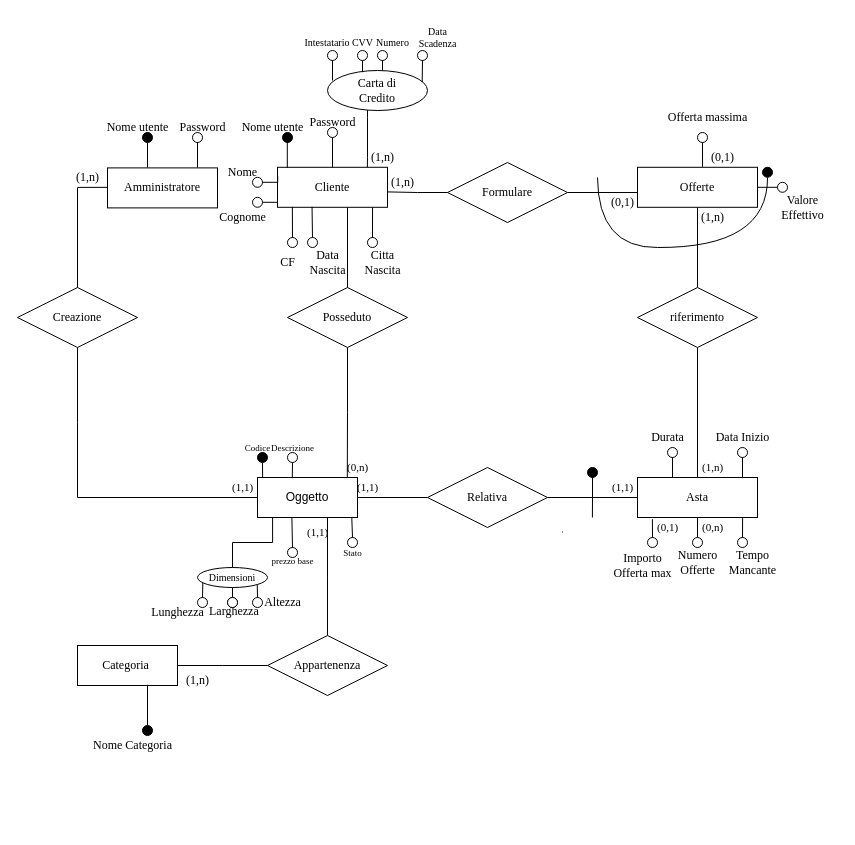
Earlier version of the draw.io diagram materiale/Schemi Base E-R/Diagramma ER daRistrutturare.drawio (A-lex00/AsteOnlineBD). Source tidied: cells renumbered, new cells numbered last; positions are measured from the earlier drawing's top-left corner, leaving out a move shared by most shapes. Both pictures are drawn from the tidied source at 100%, with x=0, y=0 at pixel (17, 17).
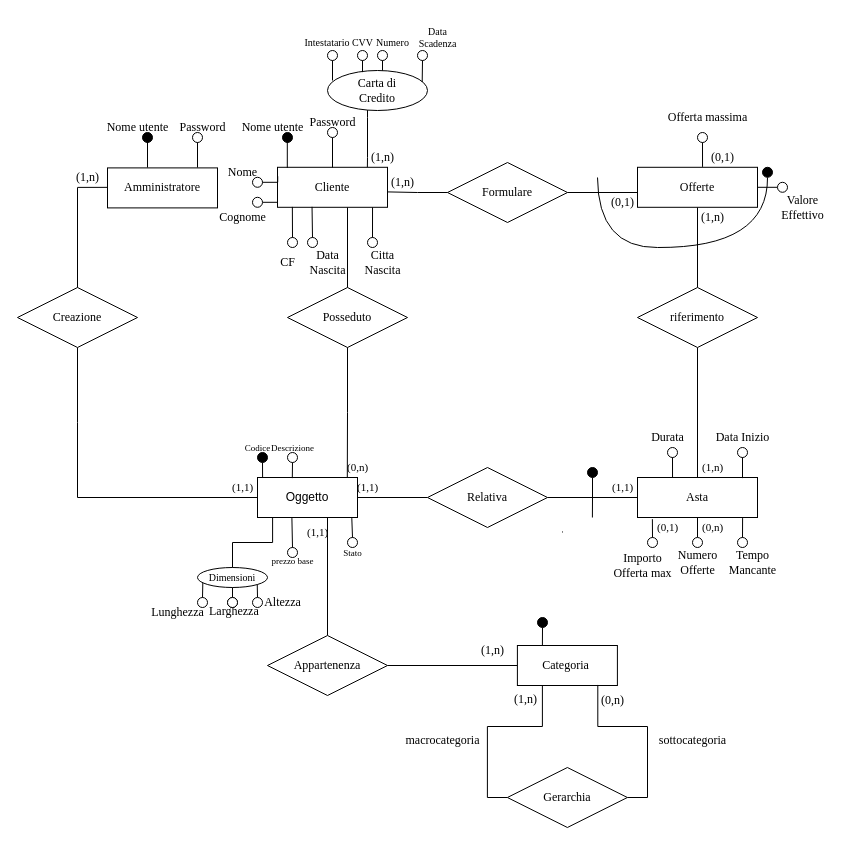
The same diagram, later.

Diff of the diagram source:
```diff
@@
-    <mxCell id="70" value="Appartenenza" style="shape=rhombus;perimeter=rhombusPerimeter;whiteSpace=wrap;html=1;align=center;fontFamily=Times New Roman;" parent="1" vertex="1">
-      <mxGeometry x="250" y="618" width="120" height="60" as="geometry" />
-    </mxCell>
-    <mxCell id="71" style="edgeStyle=orthogonalEdgeStyle;shape=connector;rounded=0;jettySize=auto;html=1;exitX=1;exitY=0.5;exitDx=0;exitDy=0;strokeColor=default;align=center;verticalAlign=middle;fontFamily=Times New Roman;fontSize=11;fontColor=default;labelBackgroundColor=default;startFill=0;endArrow=none;" parent="1" edge="1" source="72">
-      <mxGeometry relative="1" as="geometry">
-        <mxPoint x="250" y="648" as="targetPoint" />
-      </mxGeometry>
-    </mxCell>
-    <mxCell id="72" value="Categoria&amp;nbsp;" style="whiteSpace=wrap;html=1;align=center;fontFamily=Times New Roman;" parent="1" vertex="1">
-      <mxGeometry x="60" y="628" width="100" height="40" as="geometry" />
-    </mxCell>
-    <mxCell id="73" style="ellipse;whiteSpace=wrap;html=1;fillColor=#000000;fontFamily=Times New Roman;" parent="1" vertex="1">
-      <mxGeometry x="125" y="708" width="10" height="10" as="geometry" />
-    </mxCell>
-    <mxCell id="74" value="&lt;font&gt;Nome Categoria&lt;/font&gt;" style="text;html=1;align=center;verticalAlign=middle;strokeColor=none;fillColor=none;fontFamily=Times New Roman;fontSize=12;fontColor=default;labelBackgroundColor=default;" parent="1" vertex="1">
-      <mxGeometry x="65" y="713" width="100" height="30" as="geometry" />
-    </mxCell>
-    <mxCell id="75" value="(1,n)" style="text;html=1;align=center;verticalAlign=middle;strokeColor=none;fillColor=none;fontFamily=Times New Roman;fontSize=12;fontColor=default;labelBackgroundColor=default;" parent="1" vertex="1">
-      <mxGeometry x="155" y="648" width="50" height="30" as="geometry" />
-    </mxCell>
-    <mxCell id="76" style="edgeStyle=orthogonalEdgeStyle;rounded=0;jettySize=auto;html=1;exitX=0.5;exitY=0;exitDx=0;exitDy=0;entryX=0.7;entryY=0.983;entryDx=0;entryDy=0;entryPerimeter=0;endArrow=none;startFill=0;fontFamily=Times New Roman;" parent="1" edge="1" source="73" target="72">
-      <mxGeometry relative="1" as="geometry" />
-    </mxCell>
-    <mxCell id="77" style="edgeStyle=orthogonalEdgeStyle;shape=connector;rounded=0;jettySize=auto;html=1;exitX=0.5;exitY=0;exitDx=0;exitDy=0;entryX=0.591;entryY=1.006;entryDx=0;entryDy=0;entryPerimeter=0;strokeColor=default;align=center;verticalAlign=middle;fontFamily=Times New Roman;fontSize=11;fontColor=default;labelBackgroundColor=default;startFill=0;endArrow=none;" parent="1" edge="1" source="70">
+    <mxCell id="77" style="edgeStyle=orthogonalEdgeStyle;shape=connector;rounded=0;orthogonalLoop=1;jettySize=auto;html=1;exitX=0.5;exitY=0;exitDx=0;exitDy=0;entryX=0.591;entryY=1.006;entryDx=0;entryDy=0;entryPerimeter=0;strokeColor=default;align=center;verticalAlign=middle;fontFamily=Times New Roman;fontSize=11;fontColor=default;labelBackgroundColor=default;startFill=0;endArrow=none;" parent="1" edge="1">
       <mxGeometry relative="1" as="geometry">
+        <mxPoint x="310" y="618" as="sourcePoint" />
         <mxPoint x="310" y="500.2" as="targetPoint" />
       </mxGeometry>
     </mxCell>
@@
+    <mxCell id="141" style="edgeStyle=orthogonalEdgeStyle;rounded=0;jettySize=auto;html=1;exitX=1;exitY=0.5;exitDx=0;exitDy=0;entryX=0;entryY=0.5;entryDx=0;entryDy=0;endArrow=none;startFill=0;" parent="1" edge="1" source="70" target="72">
+      <mxGeometry relative="1" as="geometry" />
+    </mxCell>
+    <mxCell id="70" value="Appartenenza" style="shape=rhombus;perimeter=rhombusPerimeter;whiteSpace=wrap;html=1;align=center;fontFamily=Times New Roman;" parent="1" vertex="1">
+      <mxGeometry x="250" y="618" width="120" height="60" as="geometry" />
+    </mxCell>
+    <mxCell id="72" value="Categoria&amp;nbsp;" style="whiteSpace=wrap;html=1;align=center;fontFamily=Times New Roman;" parent="1" vertex="1">
+      <mxGeometry x="499.9" y="628" width="100" height="40" as="geometry" />
+    </mxCell>
+    <mxCell id="142" style="edgeStyle=orthogonalEdgeStyle;rounded=0;jettySize=auto;html=1;exitX=0.5;exitY=1;exitDx=0;exitDy=0;entryX=0.25;entryY=0;entryDx=0;entryDy=0;endArrow=none;startFill=0;" parent="1" edge="1" source="143" target="72">
+      <mxGeometry relative="1" as="geometry" />
+    </mxCell>
+    <mxCell id="143" style="ellipse;whiteSpace=wrap;html=1;fillColor=#000000;fontFamily=Times New Roman;" parent="1" vertex="1">
+      <mxGeometry x="520" y="600" width="10" height="10" as="geometry" />
+    </mxCell>
+    <mxCell id="75" value="(1,n)" style="text;html=1;align=center;verticalAlign=middle;strokeColor=none;fillColor=none;fontFamily=Times New Roman;fontSize=12;fontColor=default;labelBackgroundColor=default;" parent="1" vertex="1">
+      <mxGeometry x="449.9" y="618" width="50" height="30" as="geometry" />
+    </mxCell>
+    <mxCell id="144" style="edgeStyle=orthogonalEdgeStyle;rounded=0;jettySize=auto;html=1;exitX=0;exitY=0.5;exitDx=0;exitDy=0;entryX=0.25;entryY=1;entryDx=0;entryDy=0;endArrow=none;startFill=0;" parent="1" edge="1" source="145" target="72">
+      <mxGeometry relative="1" as="geometry" />
+    </mxCell>
+    <mxCell id="145" value="Gerarchia" style="shape=rhombus;perimeter=rhombusPerimeter;whiteSpace=wrap;html=1;align=center;fontFamily=Times New Roman;" parent="1" vertex="1">
+      <mxGeometry x="489.9" y="750" width="120" height="60" as="geometry" />
+    </mxCell>
+    <mxCell id="146" style="edgeStyle=orthogonalEdgeStyle;rounded=0;jettySize=auto;html=1;exitX=1;exitY=0.5;exitDx=0;exitDy=0;entryX=0.804;entryY=0.986;entryDx=0;entryDy=0;entryPerimeter=0;endArrow=none;startFill=0;" parent="1" edge="1" source="145" target="72">
+      <mxGeometry relative="1" as="geometry">
+        <Array as="points">
+          <mxPoint x="630" y="780" />
+          <mxPoint x="630" y="709" />
+          <mxPoint x="580" y="709" />
+        </Array>
+      </mxGeometry>
+    </mxCell>
+    <mxCell id="147" value="(0,n)" style="text;html=1;align=center;verticalAlign=middle;strokeColor=none;fillColor=none;fontFamily=Times New Roman;fontSize=12;fontColor=default;labelBackgroundColor=default;" parent="1" vertex="1">
+      <mxGeometry x="570" y="668" width="50" height="30" as="geometry" />
+    </mxCell>
+    <mxCell id="148" value="&lt;font face=&quot;Times New Roman&quot;&gt;sottocategoria&lt;/font&gt;" style="text;html=1;align=center;verticalAlign=middle;strokeColor=none;fillColor=none;" parent="1" vertex="1">
+      <mxGeometry x="630" y="708" width="90" height="30" as="geometry" />
+    </mxCell>
+    <mxCell id="149" value="&lt;span style=&quot;color: rgb(0, 0, 0); font-family: &amp;quot;Times New Roman&amp;quot;; font-size: 12px; font-style: normal; font-variant-ligatures: normal; font-variant-caps: normal; font-weight: 400; letter-spacing: normal; orphans: 2; text-align: center; text-indent: 0px; text-transform: none; widows: 2; word-spacing: 0px; -webkit-text-stroke-width: 0px; white-space: nowrap; background-color: rgb(255, 255, 255); text-decoration-thickness: initial; text-decoration-style: initial; text-decoration-color: initial; float: none; display: inline !important;&quot;&gt;(1,n)&lt;/span&gt;" style="text;whiteSpace=wrap;html=1;" parent="1" vertex="1">
+      <mxGeometry x="495" y="668" width="60" height="40" as="geometry" />
+    </mxCell>
+    <mxCell id="150" value="&lt;font face=&quot;Times New Roman&quot;&gt;macrocategoria&lt;/font&gt;" style="text;html=1;align=center;verticalAlign=middle;strokeColor=none;fillColor=none;" parent="1" vertex="1">
+      <mxGeometry x="375" y="708" width="100" height="30" as="geometry" />
+    </mxCell>
```
